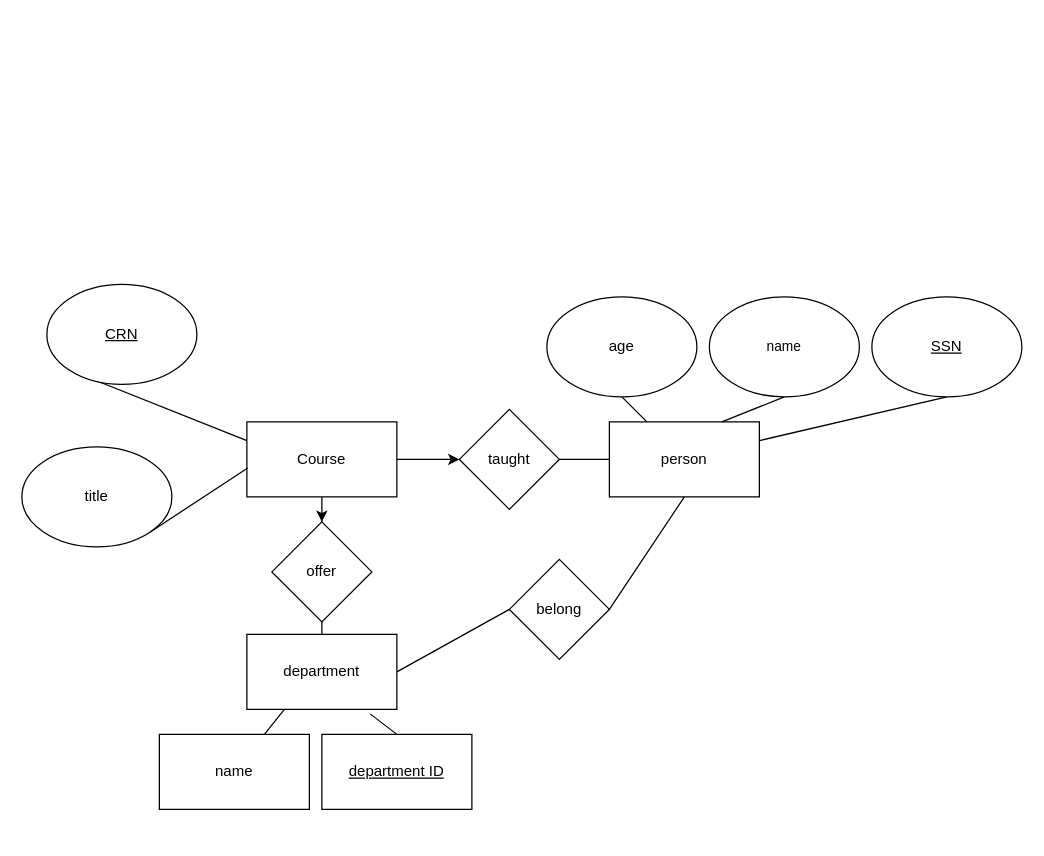
Above: DB_HW2_Part1.drawio in lindanceleaf/DB (draw.io), before the change. Source tidied: cells renumbered, new cells numbered last; positions are measured from the earlier drawing's top-left corner, leaving out a move shared by most shapes. Both pictures are drawn from the tidied source at 125%, with x=0, y=0 at pixel (21, 284).
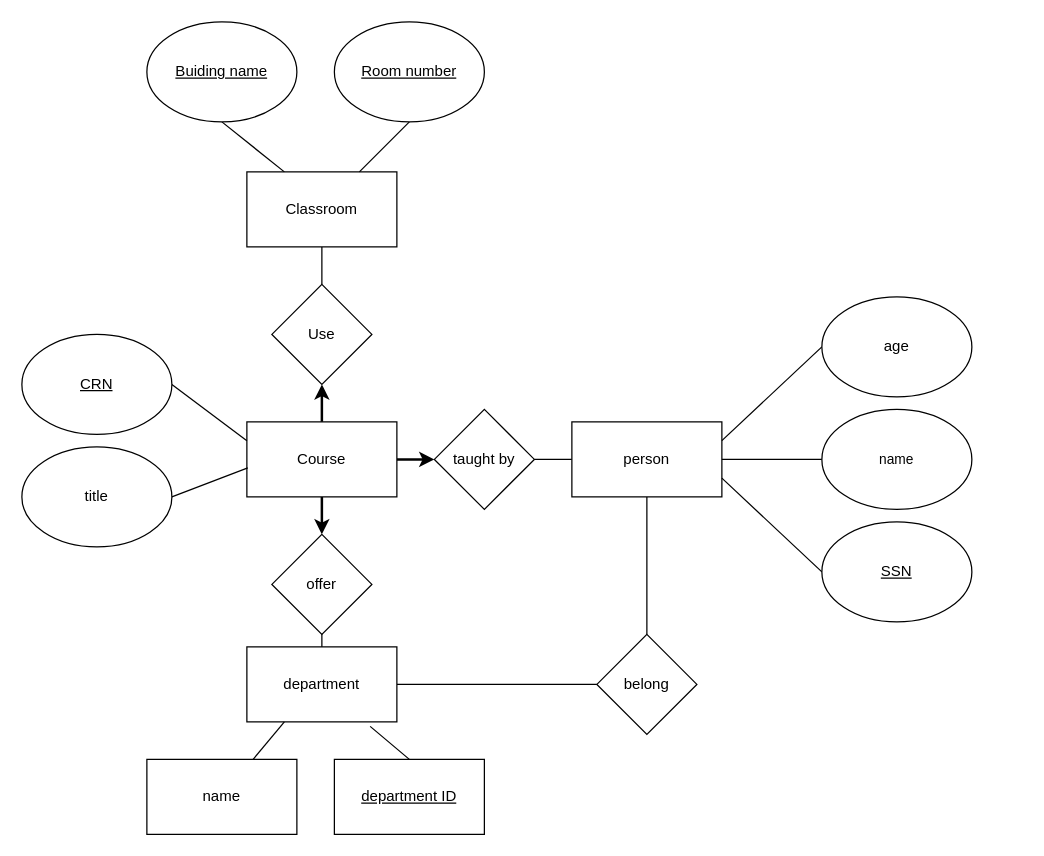
Above is the later version.

Unchanged cells that the change refers to:
```xml
<mxCell id="4" value="Course" style="rounded=0;whiteSpace=wrap;html=1;" parent="1" vertex="1">
  <mxGeometry x="180" y="110" width="120" height="60" as="geometry" />
</mxCell>
<mxCell id="6" value="title" style="ellipse;whiteSpace=wrap;html=1;" parent="1" vertex="1">
  <mxGeometry y="130" width="120" height="80" as="geometry" />
</mxCell>
```

What changed in the source:
```diff
@@
-    <mxCell id="2" style="edgeStyle=orthogonalEdgeStyle;rounded=0;jettySize=auto;html=1;entryX=0.5;entryY=0;entryDx=0;entryDy=0;" parent="1" edge="1" source="4" target="14">
+    <mxCell id="2" style="edgeStyle=orthogonalEdgeStyle;rounded=0;jettySize=auto;html=1;entryX=0.5;entryY=0;entryDx=0;entryDy=0;strokeWidth=2;" parent="1" edge="1" source="4" target="14">
       <mxGeometry relative="1" as="geometry" />
     </mxCell>
-    <mxCell id="3" style="edgeStyle=orthogonalEdgeStyle;rounded=0;jettySize=auto;html=1;entryX=0;entryY=0.5;entryDx=0;entryDy=0;" parent="1" edge="1" source="4" target="15">
+    <mxCell id="3" style="edgeStyle=orthogonalEdgeStyle;rounded=0;jettySize=auto;html=1;entryX=0;entryY=0.5;entryDx=0;entryDy=0;strokeColor=default;strokeWidth=2;" parent="1" edge="1" source="4" target="15">
       <mxGeometry relative="1" as="geometry" />
     </mxCell>
+    <mxCell id="28" style="edgeStyle=none;shape=connector;rounded=0;jettySize=auto;html=1;exitX=0.5;exitY=0;exitDx=0;exitDy=0;entryX=0.5;entryY=1;entryDx=0;entryDy=0;labelBackgroundColor=default;strokeColor=default;fontFamily=Helvetica;fontSize=11;fontColor=default;endArrow=classic;endFill=1;strokeWidth=2;" parent="1" edge="1" source="4" target="35">
+      <mxGeometry relative="1" as="geometry">
+        <Array as="points">
+          <mxPoint x="240" y="100" />
+        </Array>
+      </mxGeometry>
+    </mxCell>
@@
-    <mxCell id="5" style="rounded=0;jettySize=auto;html=1;exitX=1;exitY=1;exitDx=0;exitDy=0;entryX=0.006;entryY=0.614;entryDx=0;entryDy=0;strokeColor=default;endArrow=none;endFill=0;entryPerimeter=0;" parent="1" edge="1" source="6" target="4">
+    <mxCell id="5" style="rounded=0;jettySize=auto;html=1;exitX=1;exitY=0.5;exitDx=0;exitDy=0;entryX=0.006;entryY=0.614;entryDx=0;entryDy=0;strokeColor=default;endArrow=none;endFill=0;entryPerimeter=0;" parent="1" edge="1" source="6" target="4">
       <mxGeometry relative="1" as="geometry" />
     </mxCell>
@@
-    <mxCell id="7" style="rounded=0;jettySize=auto;html=1;exitX=0;exitY=1;exitDx=0;exitDy=0;entryX=0;entryY=0.25;entryDx=0;entryDy=0;endArrow=none;endFill=0;" parent="1" edge="1" source="8" target="4">
+    <mxCell id="7" style="rounded=0;jettySize=auto;html=1;exitX=1;exitY=0.5;exitDx=0;exitDy=0;entryX=0;entryY=0.25;entryDx=0;entryDy=0;endArrow=none;endFill=0;" parent="1" edge="1" source="8" target="4">
       <mxGeometry relative="1" as="geometry" />
     </mxCell>
     <mxCell id="8" value="&lt;u&gt;CRN&lt;/u&gt;" style="ellipse;whiteSpace=wrap;html=1;" parent="1" vertex="1">
-      <mxGeometry x="20" width="120" height="80" as="geometry" />
+      <mxGeometry y="40" width="120" height="80" as="geometry" />
     </mxCell>
@@
     <mxCell id="10" value="person&lt;br&gt;" style="whiteSpace=wrap;html=1;" parent="1" vertex="1">
-      <mxGeometry x="470" y="110" width="120" height="60" as="geometry" />
+      <mxGeometry x="440" y="110" width="120" height="60" as="geometry" />
     </mxCell>
@@
     <mxCell id="13" value="department" style="whiteSpace=wrap;html=1;" parent="1" vertex="1">
-      <mxGeometry x="180" y="280" width="120" height="60" as="geometry" />
+      <mxGeometry x="180" y="290" width="120" height="60" as="geometry" />
     </mxCell>
     <mxCell id="14" value="offer" style="rhombus;whiteSpace=wrap;html=1;" parent="1" vertex="1">
-      <mxGeometry x="200" y="190" width="80" height="80" as="geometry" />
+      <mxGeometry x="200" y="200" width="80" height="80" as="geometry" />
     </mxCell>
-    <mxCell id="15" value="taught" style="rhombus;whiteSpace=wrap;html=1;" parent="1" vertex="1">
-      <mxGeometry x="350" y="100" width="80" height="80" as="geometry" />
+    <mxCell id="15" value="taught by" style="rhombus;whiteSpace=wrap;html=1;" parent="1" vertex="1">
+      <mxGeometry x="330" y="100" width="80" height="80" as="geometry" />
     </mxCell>
@@
     <mxCell id="17" value="name" style="whiteSpace=wrap;html=1;" parent="1" vertex="1">
-      <mxGeometry x="110" y="360" width="120" height="60" as="geometry" />
+      <mxGeometry x="100" y="380" width="120" height="60" as="geometry" />
     </mxCell>
@@
     <mxCell id="19" value="&lt;u&gt;department ID&lt;/u&gt;" style="whiteSpace=wrap;html=1;" parent="1" vertex="1">
-      <mxGeometry x="240" y="360" width="120" height="60" as="geometry" />
+      <mxGeometry x="250" y="380" width="120" height="60" as="geometry" />
     </mxCell>
-    <mxCell id="20" style="rounded=0;jettySize=auto;html=1;exitX=0.5;exitY=1;exitDx=0;exitDy=0;entryX=0.25;entryY=0;entryDx=0;entryDy=0;endArrow=none;endFill=0;" parent="1" edge="1" source="21" target="10">
+    <mxCell id="20" style="rounded=0;jettySize=auto;html=1;exitX=0;exitY=0.5;exitDx=0;exitDy=0;entryX=1;entryY=0.25;entryDx=0;entryDy=0;endArrow=none;endFill=0;" parent="1" edge="1" source="21" target="10">
       <mxGeometry relative="1" as="geometry" />
     </mxCell>
     <mxCell id="21" value="age" style="ellipse;whiteSpace=wrap;html=1;" parent="1" vertex="1">
-      <mxGeometry x="420" y="10" width="120" height="80" as="geometry" />
+      <mxGeometry x="640" y="10" width="120" height="80" as="geometry" />
     </mxCell>
-    <mxCell id="22" style="edgeStyle=none;shape=connector;rounded=0;jettySize=auto;html=1;exitX=0.5;exitY=1;exitDx=0;exitDy=0;entryX=0.75;entryY=0;entryDx=0;entryDy=0;labelBackgroundColor=default;strokeColor=default;fontFamily=Helvetica;fontSize=11;fontColor=default;endArrow=none;endFill=0;" parent="1" edge="1" source="23" target="10">
+    <mxCell id="22" style="edgeStyle=none;shape=connector;rounded=0;jettySize=auto;html=1;exitX=0;exitY=0.5;exitDx=0;exitDy=0;entryX=1;entryY=0.5;entryDx=0;entryDy=0;labelBackgroundColor=default;strokeColor=default;fontFamily=Helvetica;fontSize=11;fontColor=default;endArrow=none;endFill=0;" parent="1" edge="1" source="23" target="10">
       <mxGeometry relative="1" as="geometry" />
     </mxCell>
     <mxCell id="23" value="name" style="ellipse;whiteSpace=wrap;html=1;labelBackgroundColor=default;endArrow=none;fontSize=11;rounded=0;endFill=0;" parent="1" vertex="1">
-      <mxGeometry x="550" y="10" width="120" height="80" as="geometry" />
+      <mxGeometry x="640" y="100" width="120" height="80" as="geometry" />
     </mxCell>
-    <mxCell id="24" style="edgeStyle=none;shape=connector;rounded=0;jettySize=auto;html=1;exitX=0.5;exitY=1;exitDx=0;exitDy=0;entryX=1;entryY=0.25;entryDx=0;entryDy=0;labelBackgroundColor=default;strokeColor=default;fontFamily=Helvetica;fontSize=11;fontColor=default;endArrow=none;endFill=0;" parent="1" edge="1" source="25" target="10">
+    <mxCell id="24" style="edgeStyle=none;shape=connector;rounded=0;jettySize=auto;html=1;exitX=0;exitY=0.5;exitDx=0;exitDy=0;entryX=1;entryY=0.75;entryDx=0;entryDy=0;labelBackgroundColor=default;strokeColor=default;fontFamily=Helvetica;fontSize=11;fontColor=default;endArrow=none;endFill=0;" parent="1" edge="1" source="25" target="10">
       <mxGeometry relative="1" as="geometry" />
     </mxCell>
     <mxCell id="25" value="&lt;u&gt;SSN&lt;/u&gt;" style="ellipse;whiteSpace=wrap;html=1;" parent="1" vertex="1">
-      <mxGeometry x="680" y="10" width="120" height="80" as="geometry" />
+      <mxGeometry x="640" y="190" width="120" height="80" as="geometry" />
     </mxCell>
-    <mxCell id="26" style="edgeStyle=none;shape=connector;rounded=0;jettySize=auto;html=1;exitX=1;exitY=0.5;exitDx=0;exitDy=0;entryX=0.5;entryY=1;entryDx=0;entryDy=0;labelBackgroundColor=default;strokeColor=default;fontFamily=Helvetica;fontSize=11;fontColor=default;endArrow=none;endFill=0;" parent="1" edge="1" source="27" target="10">
+    <mxCell id="26" style="edgeStyle=none;shape=connector;rounded=0;jettySize=auto;html=1;exitX=0.5;exitY=0;exitDx=0;exitDy=0;entryX=0.5;entryY=1;entryDx=0;entryDy=0;labelBackgroundColor=default;strokeColor=default;fontFamily=Helvetica;fontSize=11;fontColor=default;endArrow=none;endFill=0;" parent="1" edge="1" source="27" target="10">
       <mxGeometry relative="1" as="geometry" />
     </mxCell>
     <mxCell id="27" value="belong" style="rhombus;whiteSpace=wrap;html=1;" parent="1" vertex="1">
-      <mxGeometry x="390" y="220" width="80" height="80" as="geometry" />
+      <mxGeometry x="460" y="280" width="80" height="80" as="geometry" />
     </mxCell>
+    <mxCell id="29" value="Classroom" style="rounded=0;whiteSpace=wrap;html=1;" parent="1" vertex="1">
+      <mxGeometry x="180" y="-90" width="120" height="60" as="geometry" />
+    </mxCell>
+    <mxCell id="30" style="edgeStyle=none;shape=connector;rounded=0;jettySize=auto;html=1;exitX=0.5;exitY=1;exitDx=0;exitDy=0;entryX=0.25;entryY=0;entryDx=0;entryDy=0;labelBackgroundColor=default;strokeColor=default;fontFamily=Helvetica;fontSize=11;fontColor=default;endArrow=none;endFill=0;" parent="1" edge="1" source="31" target="29">
+      <mxGeometry relative="1" as="geometry" />
+    </mxCell>
+    <mxCell id="31" value="&lt;u&gt;Buiding name&lt;/u&gt;" style="ellipse;whiteSpace=wrap;html=1;" parent="1" vertex="1">
+      <mxGeometry x="100" y="-210" width="120" height="80" as="geometry" />
+    </mxCell>
+    <mxCell id="32" style="edgeStyle=none;shape=connector;rounded=0;jettySize=auto;html=1;exitX=0.5;exitY=1;exitDx=0;exitDy=0;entryX=0.75;entryY=0;entryDx=0;entryDy=0;labelBackgroundColor=default;strokeColor=default;fontFamily=Helvetica;fontSize=11;fontColor=default;endArrow=none;endFill=0;" parent="1" edge="1" source="33" target="29">
+      <mxGeometry relative="1" as="geometry" />
+    </mxCell>
+    <mxCell id="33" value="&lt;u&gt;Room number&lt;/u&gt;" style="ellipse;whiteSpace=wrap;html=1;" parent="1" vertex="1">
+      <mxGeometry x="250" y="-210" width="120" height="80" as="geometry" />
+    </mxCell>
+    <mxCell id="34" style="edgeStyle=none;shape=connector;rounded=0;jettySize=auto;html=1;exitX=0.5;exitY=0;exitDx=0;exitDy=0;entryX=0.5;entryY=1;entryDx=0;entryDy=0;labelBackgroundColor=default;strokeColor=default;fontFamily=Helvetica;fontSize=11;fontColor=default;endArrow=none;endFill=0;" parent="1" edge="1" source="35" target="29">
+      <mxGeometry relative="1" as="geometry" />
+    </mxCell>
+    <mxCell id="35" value="Use" style="rhombus;whiteSpace=wrap;html=1;" parent="1" vertex="1">
+      <mxGeometry x="200" width="80" height="80" as="geometry" />
+    </mxCell>
```
